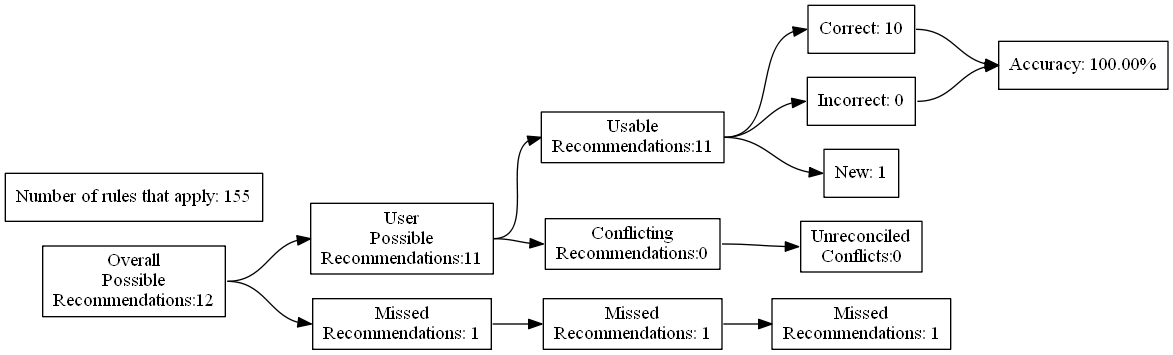
Before: test_renders/12.gv.png, a diagram exported from Graphviz (ZaxR/ibd_diet_analysis). Its source is kept beside it as test_renders/12.gv.
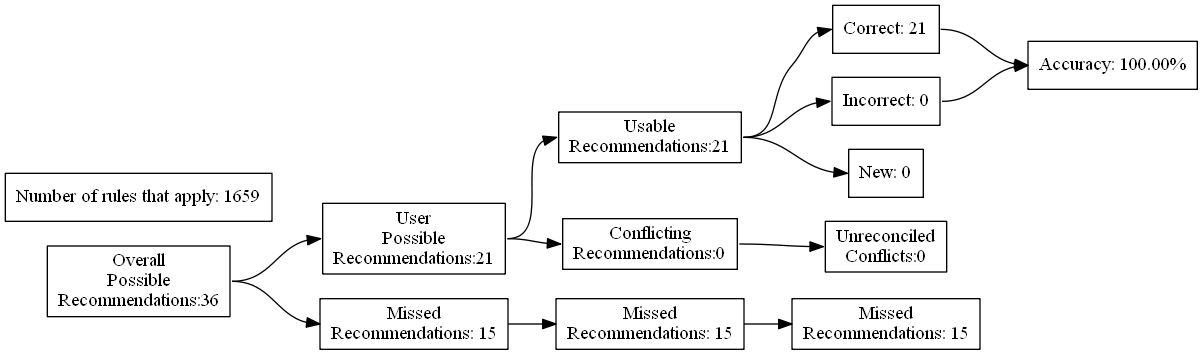
After the change.

The edit, as a diff of the source:
```diff
@@ -4,27 +4,27 @@
 	edge [headport=w tailport=e]
 		A [label="Overall
 Possible
-Recommendations:12"]
+Recommendations:36"]
 		B [label="User
 Possible
-Recommendations:11"]
+Recommendations:21"]
 		C [label="Missed
-Recommendations: 1"]
+Recommendations: 15"]
 		D [label="Usable
-Recommendations:11"]
+Recommendations:21"]
 		E [label="Conflicting
 Recommendations:0"]
 		J [label="Missed
-Recommendations: 1"]
+Recommendations: 15"]
 		M [label="Unreconciled
 Conflicts:0"]
-		F [label="Correct: 10"]
+		F [label="Correct: 21"]
 		G [label="Incorrect: 0"]
-		H [label="New: 1"]
+		H [label="New: 0"]
 		K [label="Missed
-Recommendations: 1"]
+Recommendations: 15"]
 		I [label="Accuracy: 100.00%"]
-		l [label="Number of rules that apply: 155"]
+		l [label="Number of rules that apply: 1659"]
 			A -> B
 			A -> C
 			B -> D
```
